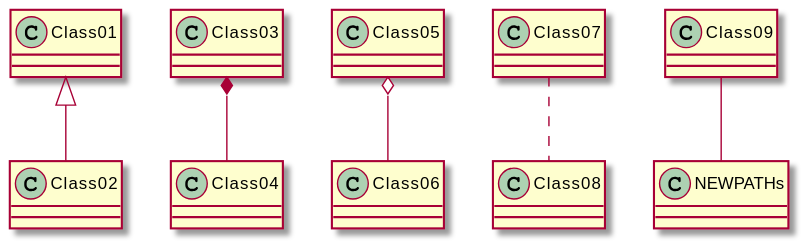
Earlier version of the PlantUML export meilenstein_03/test.svg (weichware10/meilensteine).
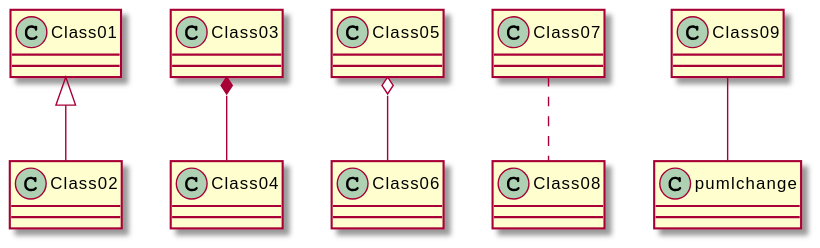
Later version of the same file.

Change to the diagram source:
```diff
@@ -3,5 +3,5 @@
 Class03 *-- Class04
 Class05 o-- Class06
 Class07 .. Class08
-Class09 -- NEWPATHs
+Class09 -- pumlchange
 @enduml
```
